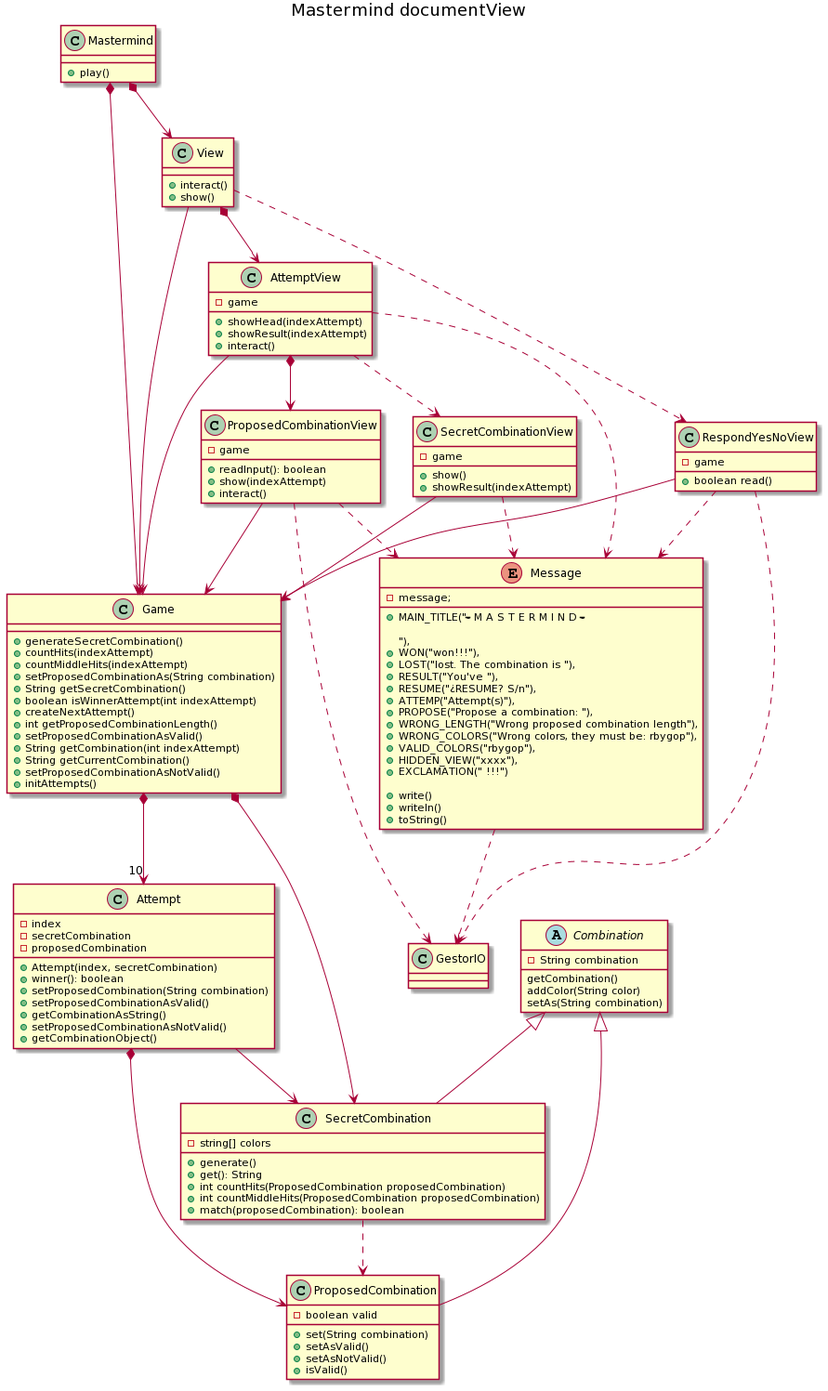
Above: matermind-vistapublica-documentView.png in Master-Desarrollo-20-21/diseno-oo-ejercicio2-mastermind-document-view-arpafer (PlantUML), before the change.
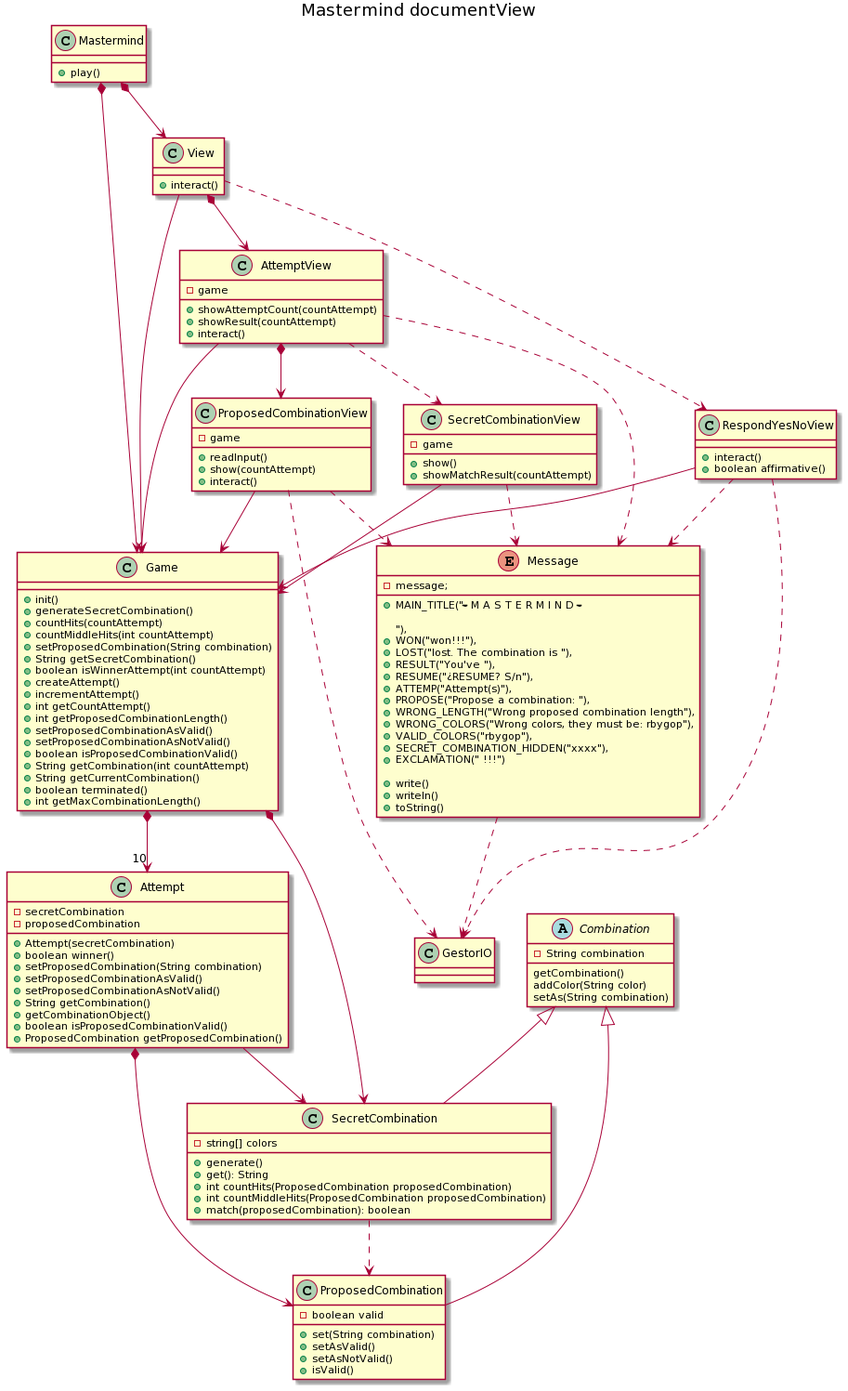
The same file after the commit.

The edit, as a diff of the source:
```diff
@@ -15,7 +15,6 @@
 View --> Game
 class View {
   +interact()
-  +show()
 }
 AttemptView --> Game
 AttemptView ..> Message
@@ -33,45 +32,51 @@
 RespondYesNoView ..> Message
 
 class Game  {
+   +init()
    +generateSecretCombination()
-   +countHits(indexAttempt)
-   +countMiddleHits(indexAttempt)
-   +setProposedCombinationAs(String combination)
+   +countHits(countAttempt)
+   +countMiddleHits(int countAttempt)
+   +setProposedCombination(String combination)
    +String getSecretCombination()
-   +boolean isWinnerAttempt(int indexAttempt)
-   +createNextAttempt()
+   +boolean isWinnerAttempt(int countAttempt)
+   +createAttempt()
+   +incrementAttempt()
+   +int getCountAttempt()
    +int getProposedCombinationLength()
    +setProposedCombinationAsValid()
-   +String getCombination(int indexAttempt)
+   +setProposedCombinationAsNotValid()
+   +boolean isProposedCombinationValid()
+   +String getCombination(int countAttempt)
    +String getCurrentCombination()
-   +setProposedCombinationAsNotValid()
-   +initAttempts()
+   +boolean terminated()
+   +int getMaxCombinationLength()
+
 }
 Game *--> "10" Attempt
 Game *--> SecretCombination
 
 class AttemptView {
    -game
-   + showHead(indexAttempt)
-   + showResult(indexAttempt)
+   + showAttemptCount(countAttempt)
+   + showResult(countAttempt)
    +interact()
 }
 class SecretCombinationView {
     -game
     + show()
-    + showResult(indexAttempt)
+    + showMatchResult(countAttempt)
 }
 class ProposedCombinationView {
    -game
-   + readInput(): boolean
-   + show(indexAttempt)
+   + readInput()
+   + show(countAttempt)
    +interact()
 }
 
 RespondYesNoView ..> GestorIO
 class RespondYesNoView {
-   -game
-   +boolean read()
+   +interact()
+   +boolean affirmative()
 }
 
 abstract class Combination {
@@ -103,16 +108,17 @@
 Combination <|-- ProposedCombination
 
 class Attempt {
-   -index
    -secretCombination
    -proposedCombination
-   + Attempt(index, secretCombination)
-   + winner(): boolean
+   + Attempt(secretCombination)
+   + boolean winner()
    + setProposedCombination(String combination)
    + setProposedCombinationAsValid()
-   + getCombinationAsString()
    + setProposedCombinationAsNotValid()
+   + String getCombination()
    + getCombinationObject()
+   + boolean isProposedCombinationValid()
+   + ProposedCombination getProposedCombination()
 }
 
 Attempt *--> ProposedCombination
@@ -130,7 +136,7 @@
    +WRONG_LENGTH("Wrong proposed combination length"),
    +WRONG_COLORS("Wrong colors, they must be: rbygop"),
    +VALID_COLORS("rbygop"),
-   +HIDDEN_VIEW("xxxx"),
+   +SECRET_COMBINATION_HIDDEN("xxxx"),
    +EXCLAMATION(" !!!")
 
    +write()
```
